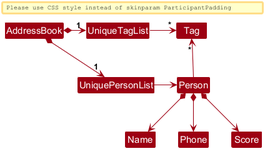
Before: docs/images/BetterModelClassDiagram.png, a diagram exported from PlantUML (AY2627S1-CS2103T-F12-3/tp). Its source is kept beside it as docs/diagrams/BetterModelClassDiagram.puml.
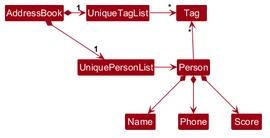
After the change.

What changed in the source:
```diff
@@ -1,4 +1,5 @@
 @startuml
+!define OMIT_PARTICIPANT_PADDING
 !include style.puml
 skinparam arrowThickness 1.1
 skinparam arrowColor MODEL_COLOR
```
